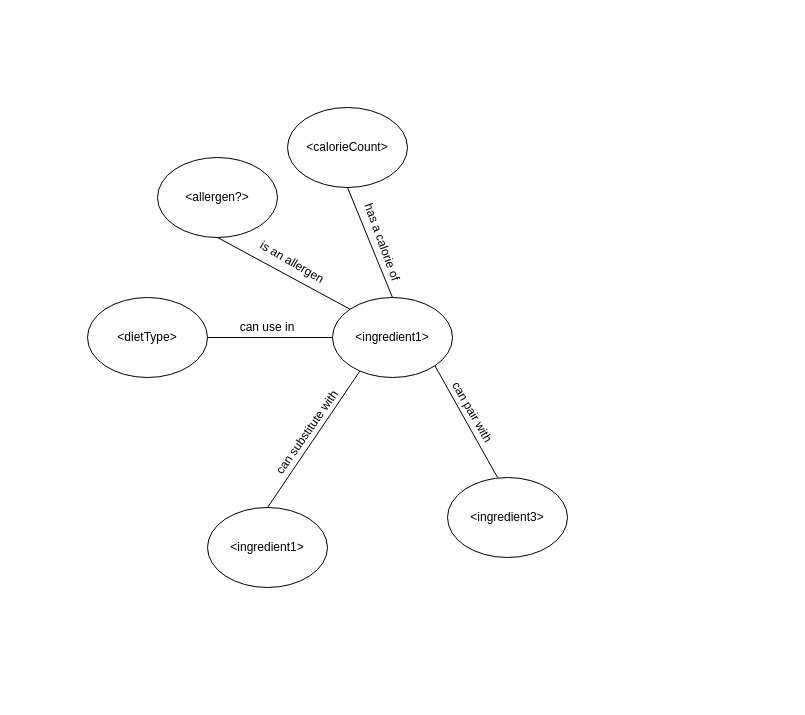
MonaJea-Ng/Projects keeps this draw.io diagram as Knowledge Graph Sample.drawio. Above is the earlier version. Source tidied: cells renumbered, new cells numbered last; positions are measured from the earlier drawing's top-left corner, leaving out a move shared by most shapes. Both pictures are drawn from the tidied source at 100%, with x=0, y=0 at pixel (87, 107).
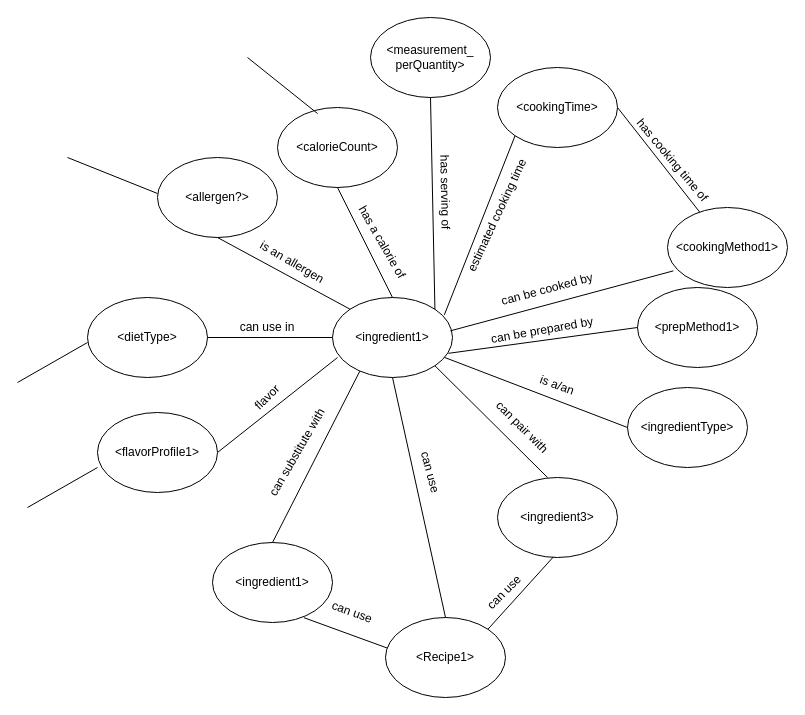
The same page after the edit.

The change refers to these unchanged cells:
```xml
<mxCell id="2" value="&amp;lt;ingredient1&amp;gt;" style="ellipse;whiteSpace=wrap;html=1;" parent="1" vertex="1">
  <mxGeometry x="245" y="190" width="120" height="80" as="geometry" />
</mxCell>
```

What changed in the source:
```diff
@@
     <mxCell id="3" value="&amp;lt;ingredient1&amp;gt;" style="ellipse;whiteSpace=wrap;html=1;" parent="1" vertex="1">
-      <mxGeometry x="120" y="400" width="120" height="80" as="geometry" />
+      <mxGeometry x="125" y="435" width="120" height="80" as="geometry" />
     </mxCell>
     <mxCell id="4" value="&amp;lt;ingredient3&amp;gt;" style="ellipse;whiteSpace=wrap;html=1;" parent="1" vertex="1">
-      <mxGeometry x="360" y="370" width="120" height="80" as="geometry" />
+      <mxGeometry x="410" y="370" width="120" height="80" as="geometry" />
     </mxCell>
@@
-    <mxCell id="11" value="can pair with" style="text;html=1;align=center;verticalAlign=middle;whiteSpace=wrap;rounded=0;rotation=60;" parent="1" vertex="1">
-      <mxGeometry x="340" y="290" width="90" height="30" as="geometry" />
+    <mxCell id="11" value="can pair with" style="text;html=1;align=center;verticalAlign=middle;whiteSpace=wrap;rounded=0;rotation=45;" parent="1" vertex="1">
+      <mxGeometry x="390" y="305" width="90" height="30" as="geometry" />
     </mxCell>
-    <mxCell id="12" value="can substitute with" style="text;html=1;align=center;verticalAlign=middle;whiteSpace=wrap;rounded=0;rotation=-55;" parent="1" vertex="1">
-      <mxGeometry x="160" y="310" width="120" height="30" as="geometry" />
+    <mxCell id="12" value="can substitute with" style="text;html=1;align=center;verticalAlign=middle;whiteSpace=wrap;rounded=0;rotation=-60;" parent="1" vertex="1">
+      <mxGeometry x="150" y="330" width="120" height="30" as="geometry" />
     </mxCell>
@@
     <mxCell id="15" value="&amp;lt;calorieCount&amp;gt;" style="ellipse;whiteSpace=wrap;html=1;" parent="1" vertex="1">
-      <mxGeometry x="200" width="120" height="80" as="geometry" />
+      <mxGeometry x="190" width="120" height="80" as="geometry" />
     </mxCell>
@@
-    <mxCell id="17" value="has a calorie of" style="text;html=1;align=center;verticalAlign=middle;whiteSpace=wrap;rounded=0;rotation=70;" parent="1" vertex="1">
+    <mxCell id="17" value="has a calorie of" style="text;html=1;align=center;verticalAlign=middle;whiteSpace=wrap;rounded=0;rotation=60;" parent="1" vertex="1">
       <mxGeometry x="245" y="120" width="100" height="30" as="geometry" />
     </mxCell>
+    <mxCell id="18" value="&amp;lt;measurement_&lt;div&gt;perQuantity&amp;gt;&lt;/div&gt;" style="ellipse;whiteSpace=wrap;html=1;" parent="1" vertex="1">
+      <mxGeometry x="283" y="-90" width="120" height="80" as="geometry" />
+    </mxCell>
+    <mxCell id="19" style="endArrow=none;html=1;rounded=0;entryX=0.5;entryY=1;entryDx=0;entryDy=0;exitX=1;exitY=0;exitDx=0;exitDy=0;" parent="1" edge="1" source="2" target="18">
+      <mxGeometry relative="1" as="geometry" />
+    </mxCell>
+    <mxCell id="20" value="has serving of" style="text;html=1;align=center;verticalAlign=middle;whiteSpace=wrap;rounded=0;rotation=89;" parent="1" vertex="1">
+      <mxGeometry x="308" y="70" width="100" height="30" as="geometry" />
+    </mxCell>
+    <mxCell id="21" value="&amp;lt;cookingMethod1&lt;span style=&quot;background-color: initial;&quot;&gt;&amp;gt;&lt;/span&gt;" style="ellipse;whiteSpace=wrap;html=1;" parent="1" vertex="1">
+      <mxGeometry x="580" y="100" width="120" height="80" as="geometry" />
+    </mxCell>
+    <mxCell id="22" style="endArrow=none;html=1;rounded=0;exitX=0.049;exitY=0.792;exitDx=0;exitDy=0;entryX=0.982;entryY=0.417;entryDx=0;entryDy=0;entryPerimeter=0;exitPerimeter=0;" parent="1" edge="1" source="21" target="2">
+      <mxGeometry relative="1" as="geometry" />
+    </mxCell>
+    <mxCell id="23" value="can be cooked by" style="text;html=1;align=center;verticalAlign=middle;whiteSpace=wrap;rounded=0;rotation=-15;" parent="1" vertex="1">
+      <mxGeometry x="410" y="170" width="100" height="24" as="geometry" />
+    </mxCell>
+    <mxCell id="24" value="&amp;lt;prepMethod1&lt;span style=&quot;background-color: initial;&quot;&gt;&amp;gt;&lt;/span&gt;" style="ellipse;whiteSpace=wrap;html=1;" parent="1" vertex="1">
+      <mxGeometry x="550" y="180" width="120" height="80" as="geometry" />
+    </mxCell>
+    <mxCell id="25" style="endArrow=none;html=1;rounded=0;exitX=0;exitY=0.5;exitDx=0;exitDy=0;entryX=0.966;entryY=0.698;entryDx=0;entryDy=0;entryPerimeter=0;" parent="1" edge="1" source="24" target="2">
+      <mxGeometry relative="1" as="geometry" />
+    </mxCell>
+    <mxCell id="26" value="can be prepared by" style="text;html=1;align=center;verticalAlign=middle;whiteSpace=wrap;rounded=0;rotation=-10;" parent="1" vertex="1">
+      <mxGeometry x="400" y="211" width="110" height="24" as="geometry" />
+    </mxCell>
+    <mxCell id="27" value="&amp;lt;Recipe1&amp;gt;" style="ellipse;whiteSpace=wrap;html=1;" parent="1" vertex="1">
+      <mxGeometry x="298" y="510" width="120" height="80" as="geometry" />
+    </mxCell>
+    <mxCell id="28" style="endArrow=none;html=1;rounded=0;exitX=0.5;exitY=0;exitDx=0;exitDy=0;entryX=0.5;entryY=1;entryDx=0;entryDy=0;" parent="1" edge="1" source="27" target="2">
+      <mxGeometry relative="1" as="geometry" />
+    </mxCell>
+    <mxCell id="29" style="endArrow=none;html=1;rounded=0;exitX=1;exitY=0;exitDx=0;exitDy=0;entryX=0.466;entryY=0.992;entryDx=0;entryDy=0;entryPerimeter=0;" parent="1" edge="1" source="27" target="4">
+      <mxGeometry relative="1" as="geometry" />
+    </mxCell>
+    <mxCell id="30" value="can use" style="text;html=1;align=center;verticalAlign=middle;whiteSpace=wrap;rounded=0;rotation=-45;" parent="1" vertex="1">
+      <mxGeometry x="372" y="470" width="90" height="30" as="geometry" />
+    </mxCell>
+    <mxCell id="31" value="can use" style="text;html=1;align=center;verticalAlign=middle;whiteSpace=wrap;rounded=0;rotation=75;" parent="1" vertex="1">
+      <mxGeometry x="298" y="350" width="90" height="30" as="geometry" />
+    </mxCell>
+    <mxCell id="32" style="endArrow=none;html=1;rounded=0;exitX=0.762;exitY=0.94;exitDx=0;exitDy=0;entryX=0.013;entryY=0.381;entryDx=0;entryDy=0;exitPerimeter=0;entryPerimeter=0;" parent="1" edge="1" source="3" target="27">
+      <mxGeometry relative="1" as="geometry" />
+    </mxCell>
+    <mxCell id="33" value="can use" style="text;html=1;align=center;verticalAlign=middle;whiteSpace=wrap;rounded=0;rotation=20;" parent="1" vertex="1">
+      <mxGeometry x="220" y="490" width="90" height="30" as="geometry" />
+    </mxCell>
+    <mxCell id="34" style="endArrow=none;html=1;rounded=0;entryX=0.042;entryY=0.75;entryDx=0;entryDy=0;entryPerimeter=0;exitX=1;exitY=0.5;exitDx=0;exitDy=0;" parent="1" edge="1" source="35" target="2">
+      <mxGeometry relative="1" as="geometry" />
+    </mxCell>
+    <mxCell id="35" value="&amp;lt;flavorProfile1&amp;gt;" style="ellipse;whiteSpace=wrap;html=1;" parent="1" vertex="1">
+      <mxGeometry x="10" y="305" width="120" height="80" as="geometry" />
+    </mxCell>
+    <mxCell id="36" value="flavor" style="text;html=1;align=center;verticalAlign=middle;whiteSpace=wrap;rounded=0;rotation=-45;" parent="1" vertex="1">
+      <mxGeometry x="140" y="275" width="80" height="30" as="geometry" />
+    </mxCell>
+    <mxCell id="37" value="&amp;lt;ingredientType&lt;span style=&quot;background-color: initial;&quot;&gt;&amp;gt;&lt;/span&gt;" style="ellipse;whiteSpace=wrap;html=1;" parent="1" vertex="1">
+      <mxGeometry x="540" y="280" width="120" height="80" as="geometry" />
+    </mxCell>
+    <mxCell id="38" style="endArrow=none;html=1;rounded=0;exitX=0;exitY=0.5;exitDx=0;exitDy=0;" parent="1" edge="1" source="37" target="2">
+      <mxGeometry relative="1" as="geometry" />
+    </mxCell>
+    <mxCell id="39" value="is a/an" style="text;html=1;align=center;verticalAlign=middle;whiteSpace=wrap;rounded=0;rotation=20;" parent="1" vertex="1">
+      <mxGeometry x="415" y="266" width="110" height="24" as="geometry" />
+    </mxCell>
+    <mxCell id="40" style="endArrow=none;html=1;rounded=0;" parent="1" edge="1">
+      <mxGeometry relative="1" as="geometry">
+        <mxPoint x="-60" y="400" as="sourcePoint" />
+        <mxPoint x="10" y="360" as="targetPoint" />
+      </mxGeometry>
+    </mxCell>
+    <mxCell id="41" style="endArrow=none;html=1;rounded=0;" parent="1" edge="1">
+      <mxGeometry relative="1" as="geometry">
+        <mxPoint x="-70" y="275" as="sourcePoint" />
+        <mxPoint y="235" as="targetPoint" />
+      </mxGeometry>
+    </mxCell>
+    <mxCell id="42" style="endArrow=none;html=1;rounded=0;" parent="1" edge="1">
+      <mxGeometry relative="1" as="geometry">
+        <mxPoint x="-20" y="50" as="sourcePoint" />
+        <mxPoint x="70" y="86" as="targetPoint" />
+      </mxGeometry>
+    </mxCell>
+    <mxCell id="43" style="endArrow=none;html=1;rounded=0;" parent="1" edge="1">
+      <mxGeometry relative="1" as="geometry">
+        <mxPoint x="160" y="-50" as="sourcePoint" />
+        <mxPoint x="230" y="6" as="targetPoint" />
+      </mxGeometry>
+    </mxCell>
+    <mxCell id="44" style="endArrow=none;html=1;rounded=0;entryX=1;entryY=0.5;entryDx=0;entryDy=0;" parent="1" edge="1" source="21" target="45">
+      <mxGeometry relative="1" as="geometry" />
+    </mxCell>
+    <mxCell id="45" value="&amp;lt;cookingTime&lt;span style=&quot;background-color: initial;&quot;&gt;&amp;gt;&lt;/span&gt;" style="ellipse;whiteSpace=wrap;html=1;" parent="1" vertex="1">
+      <mxGeometry x="410" y="-40" width="120" height="80" as="geometry" />
+    </mxCell>
+    <mxCell id="46" value="has cooking time of" style="text;html=1;align=center;verticalAlign=middle;whiteSpace=wrap;rounded=0;rotation=50;" parent="1" vertex="1">
+      <mxGeometry x="530" y="40" width="110" height="26.7" as="geometry" />
+    </mxCell>
+    <mxCell id="47" style="endArrow=none;html=1;rounded=0;exitX=0;exitY=1;exitDx=0;exitDy=0;entryX=0.932;entryY=0.217;entryDx=0;entryDy=0;entryPerimeter=0;" parent="1" edge="1" source="45" target="2">
+      <mxGeometry relative="1" as="geometry" />
+    </mxCell>
+    <mxCell id="48" value="estimated cooking time" style="text;html=1;align=center;verticalAlign=middle;whiteSpace=wrap;rounded=0;rotation=-65;" parent="1" vertex="1">
+      <mxGeometry x="345" y="96" width="130" height="24" as="geometry" />
+    </mxCell>
```
